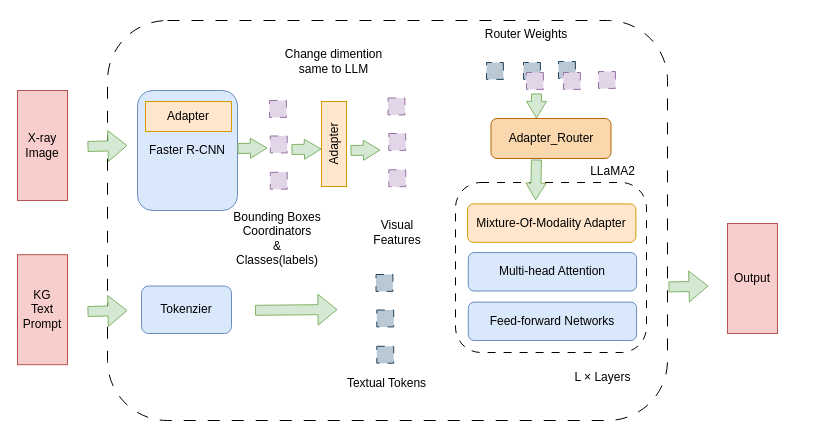
The draw.io diagram util/Untitled Diagram.drawio in YatingPan/LaVIN, before the edit. Source tidied: cells renumbered, new cells numbered last; positions are measured from the earlier drawing's top-left corner, leaving out a move shared by most shapes. Both pictures are drawn from the tidied source at 100%, with x=0, y=0 at pixel (17, 17).
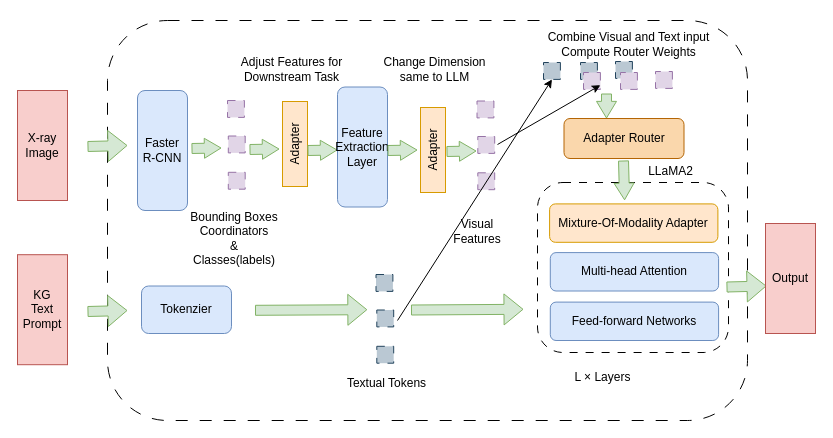
Above is the later version.

Unchanged cells that the change refers to:
```xml
<mxCell id="5" value="Mixture-Of-Modality Adapter" style="rounded=1;whiteSpace=wrap;html=1;strokeColor=#d79b00;fillColor=#ffe6cc;" parent="3" vertex="1">
  <mxGeometry x="12.1" y="21.4" width="168.3" height="38.4" as="geometry" />
</mxCell>
<mxCell id="33" style="whiteSpace=wrap;html=1;dashed=1;dashPattern=8 8;rotation=90;fillColor=#bac8d3;strokeColor=#23445d;" parent="30" vertex="1">
  <mxGeometry x="-28" y="36" width="16.9" height="16.9" as="geometry" />
</mxCell>
<mxCell id="37" style="whiteSpace=wrap;html=1;dashed=1;dashPattern=8 8;rotation=90;fillColor=#e1d5e7;strokeColor=#9673a6;" parent="34" vertex="1">
  <mxGeometry x="-28" y="36" width="16.9" height="16.9" as="geometry" />
</mxCell>
```

What changed in the source:
```diff
@@
     <mxCell id="2" style="rounded=1;whiteSpace=wrap;html=1;fillColor=none;strokeColor=#000000;dashed=1;dashPattern=12 12;" parent="1" vertex="1">
-      <mxGeometry x="90" y="3" width="560" height="400" as="geometry" />
+      <mxGeometry x="90" y="3" width="640" height="400" as="geometry" />
     </mxCell>
     <mxCell id="3" style="group;" parent="1" vertex="1">
-      <mxGeometry x="438" y="165" width="213" height="170" as="geometry" />
+      <mxGeometry x="520" y="165" width="213" height="170" as="geometry" />
     </mxCell>
@@
     <mxCell id="8" value="Faster R-CNN" style="rounded=1;whiteSpace=wrap;html=1;strokeColor=#6c8ebf;fillColor=#dae8fc;" parent="1" vertex="1">
-      <mxGeometry x="120" y="73" width="100" height="120" as="geometry" />
+      <mxGeometry x="120" y="73" width="50" height="120" as="geometry" />
     </mxCell>
-    <mxCell id="9" value="Adapter" style="rounded=0;whiteSpace=wrap;html=1;fillColor=#ffe6cc;strokeColor=#d79b00;" parent="1" vertex="1">
-      <mxGeometry x="128" y="84" width="86" height="30" as="geometry" />
-    </mxCell>
     <mxCell id="10" value="Adapter" style="rounded=0;whiteSpace=wrap;html=1;rotation=-90;fillColor=#ffe6cc;strokeColor=#d79b00;" parent="1" vertex="1">
-      <mxGeometry x="274" y="114" width="85" height="25" as="geometry" />
+      <mxGeometry x="235" y="114" width="85" height="25" as="geometry" />
     </mxCell>
     <mxCell id="11" value="Bounding Boxes&lt;br&gt;Coordinators&lt;br&gt;&amp;amp;&lt;br&gt;Classes(labels)" style="rounded=0;whiteSpace=wrap;html=1;strokeColor=none;fillColor=none;" parent="1" vertex="1">
-      <mxGeometry x="210" y="197" width="100" height="48.5" as="geometry" />
+      <mxGeometry x="167" y="197" width="100" height="48.5" as="geometry" />
     </mxCell>
     <mxCell id="12" style="group;" parent="1" vertex="1">
-      <mxGeometry x="252" y="83" width="25" height="96" as="geometry" />
+      <mxGeometry x="210" y="83" width="25" height="96" as="geometry" />
     </mxCell>
@@
     <mxCell id="20" value="Visual Features" style="rounded=0;whiteSpace=wrap;html=1;strokeColor=none;fillColor=none;" parent="1" vertex="1">
-      <mxGeometry x="340" y="192" width="80" height="46" as="geometry" />
+      <mxGeometry x="420" y="191.2" width="80" height="46" as="geometry" />
     </mxCell>
@@
     <mxCell id="23" style="group;" parent="1" vertex="1">
-      <mxGeometry x="370.5" y="80.5" width="26" height="96" as="geometry" />
+      <mxGeometry x="459.5" y="83.5" width="26" height="96" as="geometry" />
     </mxCell>
@@
-    <mxCell id="27" value="Adapter_Router" style="rounded=1;whiteSpace=wrap;html=1;fillColor=#fad7ac;strokeColor=#b46504;" parent="1" vertex="1">
-      <mxGeometry x="473.5" y="101" width="120" height="40" as="geometry" />
+    <mxCell id="27" value="Adapter Router" style="rounded=1;whiteSpace=wrap;html=1;fillColor=#fad7ac;strokeColor=#b46504;" parent="1" vertex="1">
+      <mxGeometry x="546.5" y="101" width="120" height="40" as="geometry" />
     </mxCell>
-    <mxCell id="28" value="Router Weights" style="rounded=0;whiteSpace=wrap;html=1;strokeColor=none;fillColor=none;" parent="1" vertex="1">
-      <mxGeometry x="459.4" width="99.5" height="34" as="geometry" />
+    <mxCell id="28" value="Combine Visual and Text input&lt;br&gt;Compute Router Weights" style="rounded=0;whiteSpace=wrap;html=1;strokeColor=none;fillColor=none;" parent="1" vertex="1">
+      <mxGeometry x="523.5" y="10" width="174.6" height="34" as="geometry" />
     </mxCell>
     <mxCell id="29" style="group;" parent="1" vertex="1">
-      <mxGeometry x="462" y="44" width="138.2" height="38.2" as="geometry" />
+      <mxGeometry x="519" y="44" width="138.2" height="38.2" as="geometry" />
     </mxCell>
@@
     <mxCell id="38" value="LLaMA2" style="rounded=0;whiteSpace=wrap;html=1;strokeColor=none;fillColor=none;" parent="1" vertex="1">
-      <mxGeometry x="550" y="143" width="91" height="22" as="geometry" />
+      <mxGeometry x="608" y="143" width="91" height="22" as="geometry" />
     </mxCell>
@@
-    <mxCell id="42" style="shape=flexArrow;endArrow=classic;html=1;rounded=0;strokeColor=#82b366;fillColor=#d5e8d4;" parent="1" edge="1">
+    <mxCell id="42" style="shape=flexArrow;endArrow=classic;html=1;rounded=0;strokeColor=#82b366;fillColor=#d5e8d4;entryX=0.406;entryY=0.723;entryDx=0;entryDy=0;entryPerimeter=0;" parent="1" edge="1" target="2">
       <mxGeometry relative="1" as="geometry">
         <mxPoint x="237.5" y="292.8" as="sourcePoint" />
-        <mxPoint x="320" y="292" as="targetPoint" />
       </mxGeometry>
     </mxCell>
     <mxCell id="43" style="shape=flexArrow;endArrow=classic;html=1;rounded=0;strokeColor=#82b366;fillColor=#d5e8d4;endWidth=9;endSize=5.21;" parent="1" edge="1">
       <mxGeometry relative="1" as="geometry">
-        <mxPoint x="220" y="131" as="sourcePoint" />
-        <mxPoint x="250" y="130.5" as="targetPoint" />
+        <mxPoint x="174" y="131" as="sourcePoint" />
+        <mxPoint x="204" y="130.5" as="targetPoint" />
       </mxGeometry>
     </mxCell>
     <mxCell id="44" style="shape=flexArrow;endArrow=classic;html=1;rounded=0;strokeColor=#82b366;fillColor=#d5e8d4;endWidth=9;endSize=5.21;" parent="1" edge="1">
       <mxGeometry relative="1" as="geometry">
-        <mxPoint x="274" y="132" as="sourcePoint" />
-        <mxPoint x="304" y="131.5" as="targetPoint" />
+        <mxPoint x="232" y="132" as="sourcePoint" />
+        <mxPoint x="262" y="131.5" as="targetPoint" />
       </mxGeometry>
     </mxCell>
     <mxCell id="45" style="shape=flexArrow;endArrow=classic;html=1;rounded=0;strokeColor=#82b366;fillColor=#d5e8d4;endWidth=9;endSize=5.21;" parent="1" edge="1">
       <mxGeometry relative="1" as="geometry">
-        <mxPoint x="333" y="133" as="sourcePoint" />
-        <mxPoint x="363" y="132.5" as="targetPoint" />
+        <mxPoint x="290" y="133" as="sourcePoint" />
+        <mxPoint x="320" y="132.5" as="targetPoint" />
       </mxGeometry>
     </mxCell>
-    <mxCell id="46" value="Change dimention same to LLM" style="rounded=0;whiteSpace=wrap;html=1;strokeColor=none;fillColor=none;" parent="1" vertex="1">
-      <mxGeometry x="264" y="15.5" width="105" height="57.5" as="geometry" />
+    <mxCell id="46" value="Adjust Features for&lt;br&gt;Downstream Task" style="rounded=0;whiteSpace=wrap;html=1;strokeColor=none;fillColor=none;" parent="1" vertex="1">
+      <mxGeometry x="222" y="23" width="105" height="57.5" as="geometry" />
     </mxCell>
     <mxCell id="47" style="shape=flexArrow;endArrow=classic;html=1;rounded=0;strokeColor=#82b366;fillColor=#d5e8d4;endWidth=9;endSize=5.21;" parent="1" edge="1">
       <mxGeometry relative="1" as="geometry">
-        <mxPoint x="519" y="76" as="sourcePoint" />
-        <mxPoint x="519" y="101" as="targetPoint" />
+        <mxPoint x="589" y="76" as="sourcePoint" />
+        <mxPoint x="589" y="101" as="targetPoint" />
       </mxGeometry>
     </mxCell>
-    <mxCell id="48" style="shape=flexArrow;endArrow=classic;html=1;rounded=0;strokeColor=#82b366;fillColor=#d5e8d4;endWidth=9;endSize=5.21;entryX=0.404;entryY=-0.093;entryDx=0;entryDy=0;entryPerimeter=0;" parent="1" edge="1" target="5">
+    <mxCell id="48" style="shape=flexArrow;endArrow=classic;html=1;rounded=0;strokeColor=#82b366;fillColor=#d5e8d4;endWidth=9;endSize=5.21;entryX=0.404;entryY=-0.093;entryDx=0;entryDy=0;entryPerimeter=0;" parent="1" edge="1">
       <mxGeometry relative="1" as="geometry">
-        <mxPoint x="519" y="142" as="sourcePoint" />
+        <mxPoint x="606" y="143" as="sourcePoint" />
+        <mxPoint x="607.1" y="182.8" as="targetPoint" />
       </mxGeometry>
     </mxCell>
@@
     <mxCell id="51" style="shape=flexArrow;endArrow=classic;html=1;rounded=0;strokeColor=#82b366;fillColor=#d5e8d4;" parent="1" edge="1">
       <mxGeometry relative="1" as="geometry">
-        <mxPoint x="651" y="269.5" as="sourcePoint" />
-        <mxPoint x="691" y="268.5" as="targetPoint" />
+        <mxPoint x="709" y="269.5" as="sourcePoint" />
+        <mxPoint x="749" y="268.5" as="targetPoint" />
       </mxGeometry>
     </mxCell>
     <mxCell id="52" value="Output" style="rounded=0;whiteSpace=wrap;html=1;fillColor=#f8cecc;strokeColor=#b85450;" parent="1" vertex="1">
-      <mxGeometry x="710" y="206" width="50" height="110" as="geometry" />
+      <mxGeometry x="748" y="206" width="50" height="110" as="geometry" />
     </mxCell>
+    <mxCell id="53" value="Feature&lt;br&gt;Extraction&lt;br&gt;Layer" style="rounded=1;whiteSpace=wrap;html=1;strokeColor=#6c8ebf;fillColor=#dae8fc;" parent="1" vertex="1">
+      <mxGeometry x="320" y="69.5" width="50" height="120" as="geometry" />
+    </mxCell>
+    <mxCell id="54" style="shape=flexArrow;endArrow=classic;html=1;rounded=0;strokeColor=#82b366;fillColor=#d5e8d4;endWidth=9;endSize=5.21;" parent="1" edge="1">
+      <mxGeometry relative="1" as="geometry">
+        <mxPoint x="370" y="133" as="sourcePoint" />
+        <mxPoint x="400" y="132.5" as="targetPoint" />
+      </mxGeometry>
+    </mxCell>
+    <mxCell id="9" value="Adapter" style="rounded=0;whiteSpace=wrap;html=1;rotation=-90;fillColor=#ffe6cc;strokeColor=#d79b00;" parent="1" vertex="1">
+      <mxGeometry x="373" y="120" width="85" height="25" as="geometry" />
+    </mxCell>
+    <mxCell id="55" value="Change Dimension same to LLM" style="rounded=0;whiteSpace=wrap;html=1;strokeColor=none;fillColor=none;" parent="1" vertex="1">
+      <mxGeometry x="365" y="23" width="105" height="57.5" as="geometry" />
+    </mxCell>
+    <mxCell id="56" style="shape=flexArrow;endArrow=classic;html=1;rounded=0;strokeColor=#82b366;fillColor=#d5e8d4;endWidth=9;endSize=5.21;" parent="1" edge="1">
+      <mxGeometry relative="1" as="geometry">
+        <mxPoint x="429" y="134" as="sourcePoint" />
+        <mxPoint x="459" y="133.5" as="targetPoint" />
+      </mxGeometry>
+    </mxCell>
+    <mxCell id="57" style="endArrow=classic;html=1;rounded=0;entryX=1;entryY=0.5;entryDx=0;entryDy=0;" parent="1" edge="1" target="33">
+      <mxGeometry relative="1" as="geometry">
+        <mxPoint x="380" y="303" as="sourcePoint" />
+      </mxGeometry>
+    </mxCell>
+    <mxCell id="58" style="endArrow=classic;html=1;rounded=0;entryX=0.75;entryY=0;entryDx=0;entryDy=0;" parent="1" edge="1" target="37">
+      <mxGeometry relative="1" as="geometry">
+        <mxPoint x="480" y="127" as="sourcePoint" />
+      </mxGeometry>
+    </mxCell>
+    <mxCell id="59" style="shape=flexArrow;endArrow=classic;html=1;rounded=0;strokeColor=#82b366;fillColor=#d5e8d4;entryX=0.406;entryY=0.723;entryDx=0;entryDy=0;entryPerimeter=0;" parent="1" edge="1">
+      <mxGeometry relative="1" as="geometry">
+        <mxPoint x="393.5" y="292.5" as="sourcePoint" />
+        <mxPoint x="506" y="291.8" as="targetPoint" />
+      </mxGeometry>
+    </mxCell>
```
